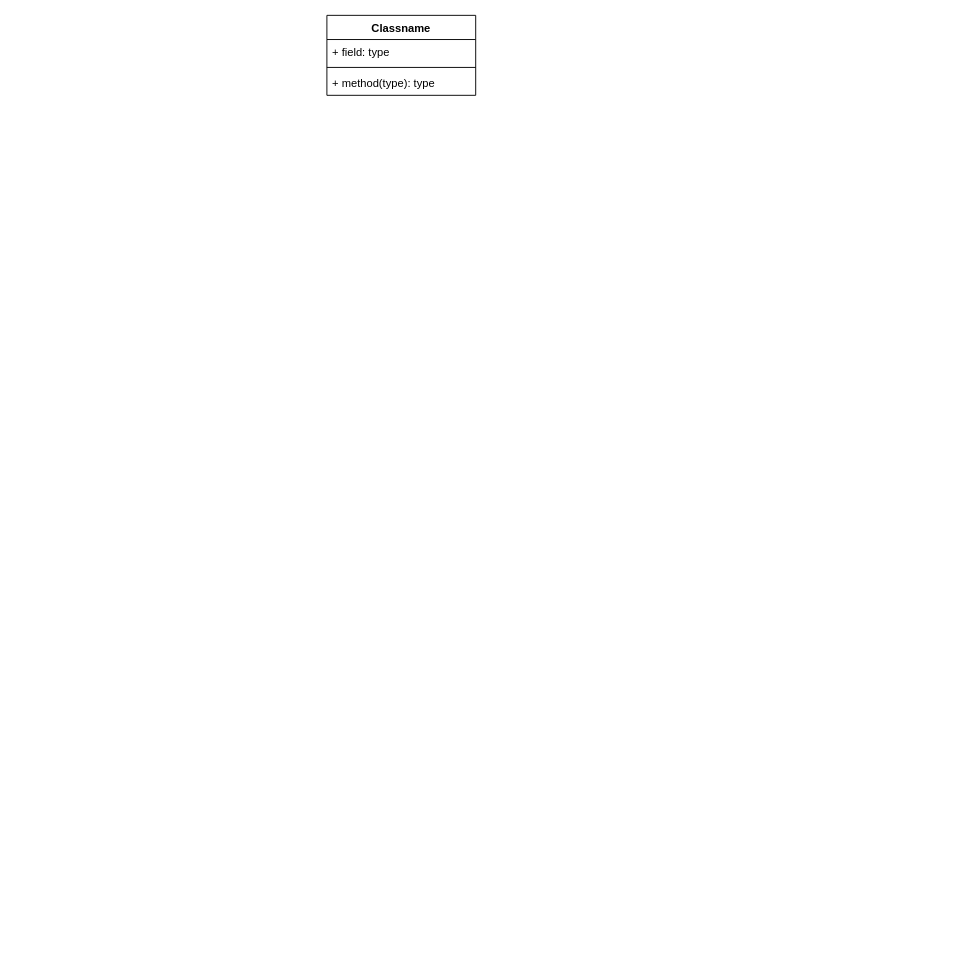
Before: diagrama_uml/work.drawio in sebas64mil/proyecto_realidadvirtual, a draw.io diagram. Source tidied: cells renumbered, new cells numbered last; positions are measured from the earlier drawing's top-left corner, leaving out a move shared by most shapes. Both pictures are drawn from the tidied source at 93%, with x=0, y=0 at pixel (326, 15).
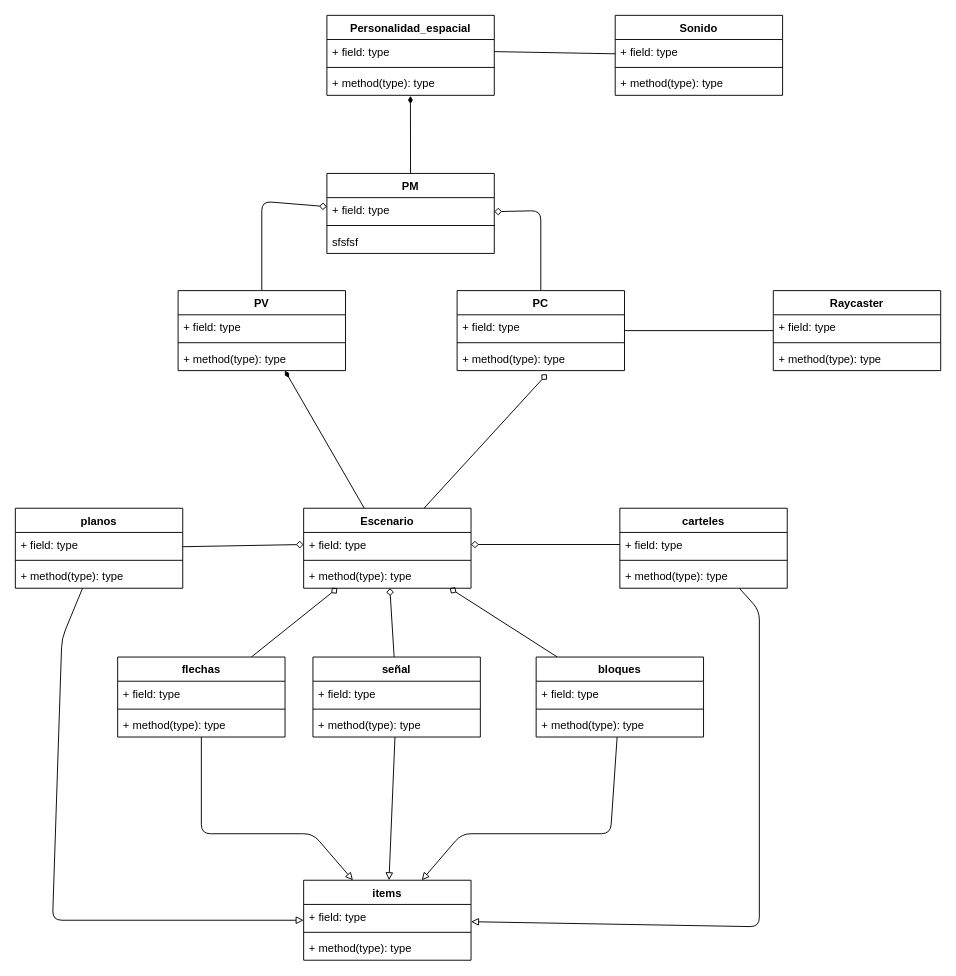
The same diagram, later.

Commit message:
progreso UML

What changed in the source:
```diff
@@
-    <mxCell id="2" value="Classname" style="swimlane;fontStyle=1;align=center;verticalAlign=top;horizontal=1;startSize=26;" parent="1" vertex="1">
-      <mxGeometry width="160" height="86" as="geometry" />
+    <mxCell id="2" value="Personalidad_espacial" style="swimlane;fontStyle=1;align=center;verticalAlign=top;horizontal=1;startSize=26;" parent="1" vertex="1">
+      <mxGeometry width="180" height="86" as="geometry" />
     </mxCell>
     <mxCell id="3" value="+ field: type" style="text;strokeColor=none;fillColor=none;align=left;verticalAlign=top;spacingLeft=4;spacingRight=4;overflow=hidden;points=[[0,0.5],[1,0.5]];portConstraint=eastwest;" parent="2" vertex="1">
-      <mxGeometry y="26" width="160" height="26" as="geometry" />
+      <mxGeometry y="26" width="180" height="26" as="geometry" />
     </mxCell>
     <mxCell id="4" style="line;strokeWidth=1;fillColor=none;align=left;verticalAlign=middle;spacingTop=-1;spacingLeft=3;spacingRight=3;labelPosition=right;strokeColor=inherit;" parent="2" vertex="1">
-      <mxGeometry y="52" width="160" height="8" as="geometry" />
+      <mxGeometry y="52" width="180" height="8" as="geometry" />
     </mxCell>
     <mxCell id="5" value="+ method(type): type" style="text;strokeColor=none;fillColor=none;align=left;verticalAlign=top;spacingLeft=4;spacingRight=4;overflow=hidden;points=[[0,0.5],[1,0.5]];portConstraint=eastwest;" parent="2" vertex="1">
-      <mxGeometry y="60" width="160" height="26" as="geometry" />
+      <mxGeometry y="60" width="180" height="26" as="geometry" />
     </mxCell>
+    <mxCell id="6" style="edgeStyle=none;html=1;endArrow=diamondThin;endFill=1;" parent="1" edge="1" source="8" target="51">
+      <mxGeometry relative="1" as="geometry" />
+    </mxCell>
+    <mxCell id="7" style="edgeStyle=none;html=1;entryX=0.536;entryY=1.148;entryDx=0;entryDy=0;entryPerimeter=0;endArrow=diamond;endFill=0;" parent="1" edge="1" source="8" target="49">
+      <mxGeometry relative="1" as="geometry" />
+    </mxCell>
+    <mxCell id="8" value="Escenario" style="swimlane;fontStyle=1;align=center;verticalAlign=top;horizontal=1;startSize=26;" parent="1" vertex="1">
+      <mxGeometry x="-25" y="530" width="180" height="86" as="geometry" />
+    </mxCell>
+    <mxCell id="9" value="+ field: type" style="text;strokeColor=none;fillColor=none;align=left;verticalAlign=top;spacingLeft=4;spacingRight=4;overflow=hidden;points=[[0,0.5],[1,0.5]];portConstraint=eastwest;" parent="8" vertex="1">
+      <mxGeometry y="26" width="180" height="26" as="geometry" />
+    </mxCell>
+    <mxCell id="10" style="line;strokeWidth=1;fillColor=none;align=left;verticalAlign=middle;spacingTop=-1;spacingLeft=3;spacingRight=3;labelPosition=right;strokeColor=inherit;" parent="8" vertex="1">
+      <mxGeometry y="52" width="180" height="8" as="geometry" />
+    </mxCell>
+    <mxCell id="11" value="+ method(type): type" style="text;strokeColor=none;fillColor=none;align=left;verticalAlign=top;spacingLeft=4;spacingRight=4;overflow=hidden;" parent="8" vertex="1">
+      <mxGeometry y="60" width="180" height="26" as="geometry" />
+    </mxCell>
+    <mxCell id="12" value="items" style="swimlane;fontStyle=1;align=center;verticalAlign=top;horizontal=1;startSize=26;" parent="1" vertex="1">
+      <mxGeometry x="-25" y="930" width="180" height="86" as="geometry" />
+    </mxCell>
+    <mxCell id="13" value="+ field: type" style="text;strokeColor=none;fillColor=none;align=left;verticalAlign=top;spacingLeft=4;spacingRight=4;overflow=hidden;" parent="12" vertex="1">
+      <mxGeometry y="26" width="180" height="26" as="geometry" />
+    </mxCell>
+    <mxCell id="14" style="line;strokeWidth=1;fillColor=none;align=left;verticalAlign=middle;spacingTop=-1;spacingLeft=3;spacingRight=3;labelPosition=right;strokeColor=inherit;" parent="12" vertex="1">
+      <mxGeometry y="52" width="180" height="8" as="geometry" />
+    </mxCell>
+    <mxCell id="15" value="+ method(type): type" style="text;strokeColor=none;fillColor=none;align=left;verticalAlign=top;spacingLeft=4;spacingRight=4;overflow=hidden;" parent="12" vertex="1">
+      <mxGeometry y="60" width="180" height="26" as="geometry" />
+    </mxCell>
+    <mxCell id="16" style="edgeStyle=none;html=1;endArrow=diamond;endFill=0;" parent="1" edge="1" source="18" target="8">
+      <mxGeometry relative="1" as="geometry" />
+    </mxCell>
+    <mxCell id="17" style="edgeStyle=none;html=1;endArrow=block;endFill=0;" parent="1" edge="1" source="18" target="12">
+      <mxGeometry relative="1" as="geometry" />
+    </mxCell>
+    <mxCell id="18" value="señal" style="swimlane;fontStyle=1;align=center;verticalAlign=top;horizontal=1;startSize=26;" parent="1" vertex="1">
+      <mxGeometry x="-15" y="690" width="180" height="86" as="geometry" />
+    </mxCell>
+    <mxCell id="19" value="+ field: type" style="text;strokeColor=none;fillColor=none;align=left;verticalAlign=top;spacingLeft=4;spacingRight=4;overflow=hidden;" parent="18" vertex="1">
+      <mxGeometry y="26" width="180" height="26" as="geometry" />
+    </mxCell>
+    <mxCell id="20" style="line;strokeWidth=1;fillColor=none;align=left;verticalAlign=middle;spacingTop=-1;spacingLeft=3;spacingRight=3;labelPosition=right;strokeColor=inherit;" parent="18" vertex="1">
+      <mxGeometry y="52" width="180" height="8" as="geometry" />
+    </mxCell>
+    <mxCell id="21" value="+ method(type): type" style="text;strokeColor=none;fillColor=none;align=left;verticalAlign=top;spacingLeft=4;spacingRight=4;overflow=hidden;" parent="18" vertex="1">
+      <mxGeometry y="60" width="180" height="26" as="geometry" />
+    </mxCell>
+    <mxCell id="22" style="edgeStyle=none;html=1;endArrow=diamond;endFill=0;" parent="1" edge="1" source="24" target="8">
+      <mxGeometry relative="1" as="geometry" />
+    </mxCell>
+    <mxCell id="23" style="edgeStyle=none;html=1;endArrow=block;endFill=0;" parent="1" edge="1" source="24" target="12">
+      <mxGeometry relative="1" as="geometry">
+        <Array as="points">
+          <mxPoint x="-135" y="880" />
+          <mxPoint x="-15" y="880" />
+        </Array>
+      </mxGeometry>
+    </mxCell>
+    <mxCell id="24" value="flechas" style="swimlane;fontStyle=1;align=center;verticalAlign=top;horizontal=1;startSize=26;" parent="1" vertex="1">
+      <mxGeometry x="-225" y="690" width="180" height="86" as="geometry" />
+    </mxCell>
+    <mxCell id="25" value="+ field: type" style="text;strokeColor=none;fillColor=none;align=left;verticalAlign=top;spacingLeft=4;spacingRight=4;overflow=hidden;" parent="24" vertex="1">
+      <mxGeometry y="26" width="180" height="26" as="geometry" />
+    </mxCell>
+    <mxCell id="26" style="line;strokeWidth=1;fillColor=none;align=left;verticalAlign=middle;spacingTop=-1;spacingLeft=3;spacingRight=3;labelPosition=right;strokeColor=inherit;" parent="24" vertex="1">
+      <mxGeometry y="52" width="180" height="8" as="geometry" />
+    </mxCell>
+    <mxCell id="27" value="+ method(type): type" style="text;strokeColor=none;fillColor=none;align=left;verticalAlign=top;spacingLeft=4;spacingRight=4;overflow=hidden;" parent="24" vertex="1">
+      <mxGeometry y="60" width="180" height="26" as="geometry" />
+    </mxCell>
+    <mxCell id="28" style="edgeStyle=none;html=1;endArrow=diamond;endFill=0;" parent="1" edge="1" source="30" target="8">
+      <mxGeometry relative="1" as="geometry" />
+    </mxCell>
+    <mxCell id="29" style="edgeStyle=none;html=1;endArrow=block;endFill=0;" parent="1" edge="1" source="30" target="12">
+      <mxGeometry relative="1" as="geometry">
+        <Array as="points">
+          <mxPoint x="305" y="880" />
+          <mxPoint x="145" y="880" />
+        </Array>
+      </mxGeometry>
+    </mxCell>
+    <mxCell id="30" value="bloques" style="swimlane;fontStyle=1;align=center;verticalAlign=top;horizontal=1;startSize=26;" parent="1" vertex="1">
+      <mxGeometry x="225" y="690" width="180" height="86" as="geometry" />
+    </mxCell>
+    <mxCell id="31" value="+ field: type" style="text;strokeColor=none;fillColor=none;align=left;verticalAlign=top;spacingLeft=4;spacingRight=4;overflow=hidden;" parent="30" vertex="1">
+      <mxGeometry y="26" width="180" height="26" as="geometry" />
+    </mxCell>
+    <mxCell id="32" style="line;strokeWidth=1;fillColor=none;align=left;verticalAlign=middle;spacingTop=-1;spacingLeft=3;spacingRight=3;labelPosition=right;strokeColor=inherit;" parent="30" vertex="1">
+      <mxGeometry y="52" width="180" height="8" as="geometry" />
+    </mxCell>
+    <mxCell id="33" value="+ method(type): type" style="text;strokeColor=none;fillColor=none;align=left;verticalAlign=top;spacingLeft=4;spacingRight=4;overflow=hidden;" parent="30" vertex="1">
+      <mxGeometry y="60" width="180" height="26" as="geometry" />
+    </mxCell>
+    <mxCell id="34" style="edgeStyle=none;html=1;endArrow=block;endFill=0;" parent="1" edge="1" source="35" target="12">
+      <mxGeometry relative="1" as="geometry">
+        <Array as="points">
+          <mxPoint x="465" y="640" />
+          <mxPoint x="465" y="980" />
+        </Array>
+      </mxGeometry>
+    </mxCell>
+    <mxCell id="35" value="carteles" style="swimlane;fontStyle=1;align=center;verticalAlign=top;horizontal=1;startSize=26;" parent="1" vertex="1">
+      <mxGeometry x="315" y="530" width="180" height="86" as="geometry" />
+    </mxCell>
+    <mxCell id="36" value="+ field: type" style="text;strokeColor=none;fillColor=none;align=left;verticalAlign=top;spacingLeft=4;spacingRight=4;overflow=hidden;points=[[0,0.5],[1,0.5]];portConstraint=eastwest;" parent="35" vertex="1">
+      <mxGeometry y="26" width="180" height="26" as="geometry" />
+    </mxCell>
+    <mxCell id="37" style="line;strokeWidth=1;fillColor=none;align=left;verticalAlign=middle;spacingTop=-1;spacingLeft=3;spacingRight=3;labelPosition=right;strokeColor=inherit;" parent="35" vertex="1">
+      <mxGeometry y="52" width="180" height="8" as="geometry" />
+    </mxCell>
+    <mxCell id="38" value="+ method(type): type" style="text;strokeColor=none;fillColor=none;align=left;verticalAlign=top;spacingLeft=4;spacingRight=4;overflow=hidden;" parent="35" vertex="1">
+      <mxGeometry y="60" width="180" height="26" as="geometry" />
+    </mxCell>
+    <mxCell id="39" style="edgeStyle=none;html=1;entryX=0;entryY=0.5;entryDx=0;entryDy=0;endArrow=diamond;endFill=0;" parent="1" edge="1" source="41" target="9">
+      <mxGeometry relative="1" as="geometry" />
+    </mxCell>
+    <mxCell id="40" style="edgeStyle=none;html=1;endArrow=block;endFill=0;" parent="1" edge="1" source="41" target="12">
+      <mxGeometry relative="1" as="geometry">
+        <Array as="points">
+          <mxPoint x="-285" y="670" />
+          <mxPoint x="-295" y="973" />
+        </Array>
+      </mxGeometry>
+    </mxCell>
+    <mxCell id="41" value="planos" style="swimlane;fontStyle=1;align=center;verticalAlign=top;horizontal=1;startSize=26;" parent="1" vertex="1">
+      <mxGeometry x="-335" y="530" width="180" height="86" as="geometry" />
+    </mxCell>
+    <mxCell id="42" value="+ field: type" style="text;strokeColor=none;fillColor=none;align=left;verticalAlign=top;spacingLeft=4;spacingRight=4;overflow=hidden;" parent="41" vertex="1">
+      <mxGeometry y="26" width="180" height="26" as="geometry" />
+    </mxCell>
+    <mxCell id="43" style="line;strokeWidth=1;fillColor=none;align=left;verticalAlign=middle;spacingTop=-1;spacingLeft=3;spacingRight=3;labelPosition=right;strokeColor=inherit;" parent="41" vertex="1">
+      <mxGeometry y="52" width="180" height="8" as="geometry" />
+    </mxCell>
+    <mxCell id="44" value="+ method(type): type" style="text;strokeColor=none;fillColor=none;align=left;verticalAlign=top;spacingLeft=4;spacingRight=4;overflow=hidden;" parent="41" vertex="1">
+      <mxGeometry y="60" width="180" height="26" as="geometry" />
+    </mxCell>
+    <mxCell id="45" style="edgeStyle=none;html=1;endArrow=diamond;endFill=0;" parent="1" edge="1" source="46" target="56">
+      <mxGeometry relative="1" as="geometry">
+        <Array as="points">
+          <mxPoint x="230" y="210" />
+        </Array>
+      </mxGeometry>
+    </mxCell>
+    <mxCell id="46" value="PC" style="swimlane;fontStyle=1;align=center;verticalAlign=top;horizontal=1;startSize=26;" parent="1" vertex="1">
+      <mxGeometry x="140" y="296" width="180" height="86" as="geometry" />
+    </mxCell>
+    <mxCell id="47" value="+ field: type" style="text;strokeColor=none;fillColor=none;align=left;verticalAlign=top;spacingLeft=4;spacingRight=4;overflow=hidden;" parent="46" vertex="1">
+      <mxGeometry y="26" width="180" height="26" as="geometry" />
+    </mxCell>
+    <mxCell id="48" style="line;strokeWidth=1;fillColor=none;align=left;verticalAlign=middle;spacingTop=-1;spacingLeft=3;spacingRight=3;labelPosition=right;strokeColor=inherit;" parent="46" vertex="1">
+      <mxGeometry y="52" width="180" height="8" as="geometry" />
+    </mxCell>
+    <mxCell id="49" value="+ method(type): type" style="text;strokeColor=none;fillColor=none;align=left;verticalAlign=top;spacingLeft=4;spacingRight=4;overflow=hidden;points=[[0,0.5],[1,0.5]];portConstraint=eastwest;" parent="46" vertex="1">
+      <mxGeometry y="60" width="180" height="26" as="geometry" />
+    </mxCell>
+    <mxCell id="50" style="edgeStyle=none;html=1;endArrow=diamond;endFill=0;" parent="1" edge="1" source="51" target="56">
+      <mxGeometry relative="1" as="geometry">
+        <Array as="points">
+          <mxPoint x="-70" y="200" />
+        </Array>
+      </mxGeometry>
+    </mxCell>
+    <mxCell id="51" value="PV" style="swimlane;fontStyle=1;align=center;verticalAlign=top;horizontal=1;startSize=26;" parent="1" vertex="1">
+      <mxGeometry x="-160" y="296" width="180" height="86" as="geometry" />
+    </mxCell>
+    <mxCell id="52" value="+ field: type" style="text;strokeColor=none;fillColor=none;align=left;verticalAlign=top;spacingLeft=4;spacingRight=4;overflow=hidden;" parent="51" vertex="1">
+      <mxGeometry y="26" width="180" height="26" as="geometry" />
+    </mxCell>
+    <mxCell id="53" style="line;strokeWidth=1;fillColor=none;align=left;verticalAlign=middle;spacingTop=-1;spacingLeft=3;spacingRight=3;labelPosition=right;strokeColor=inherit;" parent="51" vertex="1">
+      <mxGeometry y="52" width="180" height="8" as="geometry" />
+    </mxCell>
+    <mxCell id="54" value="+ method(type): type" style="text;strokeColor=none;fillColor=none;align=left;verticalAlign=top;spacingLeft=4;spacingRight=4;overflow=hidden;" parent="51" vertex="1">
+      <mxGeometry y="60" width="180" height="26" as="geometry" />
+    </mxCell>
+    <mxCell id="55" style="edgeStyle=none;html=1;entryX=0.499;entryY=1.022;entryDx=0;entryDy=0;entryPerimeter=0;endArrow=diamondThin;endFill=1;" parent="1" edge="1" source="56" target="5">
+      <mxGeometry relative="1" as="geometry" />
+    </mxCell>
+    <mxCell id="56" value="PM" style="swimlane;fontStyle=1;align=center;verticalAlign=top;horizontal=1;startSize=26;" parent="1" vertex="1">
+      <mxGeometry y="170" width="180" height="86" as="geometry" />
+    </mxCell>
+    <mxCell id="57" value="+ field: type" style="text;strokeColor=none;fillColor=none;align=left;verticalAlign=top;spacingLeft=4;spacingRight=4;overflow=hidden;" parent="56" vertex="1">
+      <mxGeometry y="26" width="180" height="26" as="geometry" />
+    </mxCell>
+    <mxCell id="58" style="line;strokeWidth=1;fillColor=none;align=left;verticalAlign=middle;spacingTop=-1;spacingLeft=3;spacingRight=3;labelPosition=right;strokeColor=inherit;" parent="56" vertex="1">
+      <mxGeometry y="52" width="180" height="8" as="geometry" />
+    </mxCell>
+    <mxCell id="59" value="sfsfsf" style="text;strokeColor=none;fillColor=none;align=left;verticalAlign=top;spacingLeft=4;spacingRight=4;overflow=hidden;" parent="56" vertex="1">
+      <mxGeometry y="60" width="180" height="26" as="geometry" />
+    </mxCell>
+    <mxCell id="60" style="edgeStyle=none;html=1;entryX=1;entryY=0.5;entryDx=0;entryDy=0;endArrow=diamond;endFill=0;" parent="1" edge="1" source="36" target="9">
+      <mxGeometry relative="1" as="geometry" />
+    </mxCell>
+    <mxCell id="61" style="edgeStyle=none;html=1;endArrow=none;endFill=0;" parent="1" edge="1" source="67" target="46">
+      <mxGeometry relative="1" as="geometry" />
+    </mxCell>
+    <mxCell id="62" style="edgeStyle=none;html=1;entryX=1;entryY=0.5;entryDx=0;entryDy=0;endArrow=none;endFill=0;" parent="1" edge="1" source="63" target="3">
+      <mxGeometry relative="1" as="geometry" />
+    </mxCell>
+    <mxCell id="63" value="Sonido" style="swimlane;fontStyle=1;align=center;verticalAlign=top;horizontal=1;startSize=26;" parent="1" vertex="1">
+      <mxGeometry x="310" width="180" height="86" as="geometry" />
+    </mxCell>
+    <mxCell id="64" value="+ field: type" style="text;strokeColor=none;fillColor=none;align=left;verticalAlign=top;spacingLeft=4;spacingRight=4;overflow=hidden;" parent="63" vertex="1">
+      <mxGeometry y="26" width="180" height="26" as="geometry" />
+    </mxCell>
+    <mxCell id="65" style="line;strokeWidth=1;fillColor=none;align=left;verticalAlign=middle;spacingTop=-1;spacingLeft=3;spacingRight=3;labelPosition=right;strokeColor=inherit;" parent="63" vertex="1">
+      <mxGeometry y="52" width="180" height="8" as="geometry" />
+    </mxCell>
+    <mxCell id="66" value="+ method(type): type" style="text;strokeColor=none;fillColor=none;align=left;verticalAlign=top;spacingLeft=4;spacingRight=4;overflow=hidden;" parent="63" vertex="1">
+      <mxGeometry y="60" width="180" height="26" as="geometry" />
+    </mxCell>
+    <mxCell id="67" value="Raycaster" style="swimlane;fontStyle=1;align=center;verticalAlign=top;horizontal=1;startSize=26;" parent="1" vertex="1">
+      <mxGeometry x="480" y="296" width="180" height="86" as="geometry" />
+    </mxCell>
+    <mxCell id="68" value="+ field: type" style="text;strokeColor=none;fillColor=none;align=left;verticalAlign=top;spacingLeft=4;spacingRight=4;overflow=hidden;" parent="67" vertex="1">
+      <mxGeometry y="26" width="180" height="26" as="geometry" />
+    </mxCell>
+    <mxCell id="69" style="line;strokeWidth=1;fillColor=none;align=left;verticalAlign=middle;spacingTop=-1;spacingLeft=3;spacingRight=3;labelPosition=right;strokeColor=inherit;" parent="67" vertex="1">
+      <mxGeometry y="52" width="180" height="8" as="geometry" />
+    </mxCell>
+    <mxCell id="70" value="+ method(type): type" style="text;strokeColor=none;fillColor=none;align=left;verticalAlign=top;spacingLeft=4;spacingRight=4;overflow=hidden;" parent="67" vertex="1">
+      <mxGeometry y="60" width="180" height="26" as="geometry" />
+    </mxCell>
```
